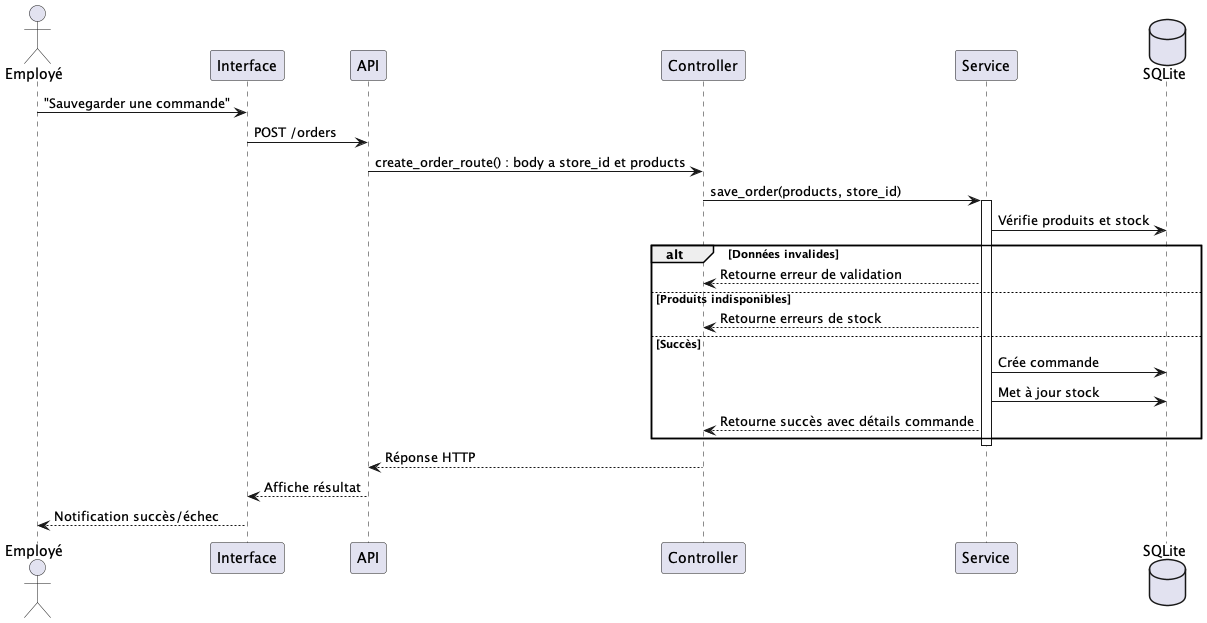
Earlier version of the PlantUML export out/documentation/UML/Processus/SequenceSaveOrder/Sauvegarder une commande.png (ErwanDerrien/GestionnaireMagasin). Source of this version:
```plantuml
@startuml Sauvegarder une commande

actor Employé as ge
participant Interface as in
participant API as api
participant Controller as co
participant Service as se
database SQLite as db

ge -> in : "Sauvegarder une commande"
in -> api : POST /orders
api -> co : create_order_route() : body a store_id et products
co -> se : save_order(products, store_id)

activate se
se -> db : Vérifie produits et stock
alt Données invalides
    se --> co : Retourne erreur de validation
else Produits indisponibles
    se --> co : Retourne erreurs de stock
else Succès
    se -> db : Crée commande
    se -> db : Met à jour stock
    se --> co : Retourne succès avec détails commande
end
deactivate se

co --> api : Réponse HTTP
api --> in : Affiche résultat
in --> ge : Notification succès/échec

@enduml
```
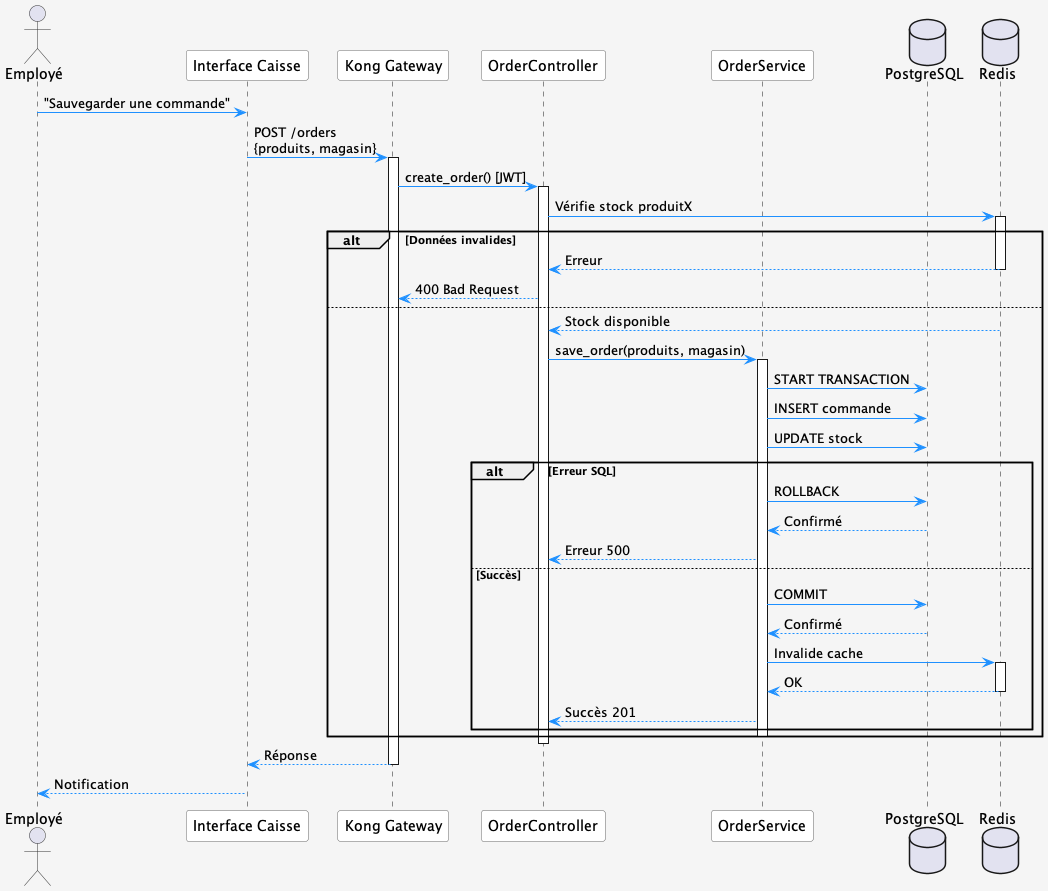
Above is the later version.

Diff of the diagram source:
```diff
@@ -1,32 +1,63 @@
 @startuml Sauvegarder une commande
 
-actor Employé as ge
-participant Interface as in
-participant API as api
-participant Controller as co
-participant Service as se
-database SQLite as db
+skinparam {
+    BackgroundColor #F5F5F5
+    ActorBorderColor #333
+    ParticipantBackgroundColor #FFFFFF
+    ParticipantBorderColor #666
+    ArrowColor #1E90FF
+    SequenceMessageAlign reverse
+}
+
+actor "Employé" as ge
+participant "Interface Caisse" as in
+participant "Kong Gateway" as api
+participant "OrderController" as co
+participant "OrderService" as se
+database "PostgreSQL" as db
+database "Redis" as cache
 
 ge -> in : "Sauvegarder une commande"
-in -> api : POST /orders
-api -> co : create_order_route() : body a store_id et products
-co -> se : save_order(products, store_id)
+in -> api : POST /orders\n{produits, magasin}
+activate api
+api -> co : create_order() [JWT]
+activate co
 
-activate se
-se -> db : Vérifie produits et stock
+co -> cache : Vérifie stock produitX
+activate cache
 alt Données invalides
-    se --> co : Retourne erreur de validation
-else Produits indisponibles
-    se --> co : Retourne erreurs de stock
-else Succès
-    se -> db : Crée commande
-    se -> db : Met à jour stock
-    se --> co : Retourne succès avec détails commande
+    cache --> co : Erreur
+    deactivate cache
+    co --> api : 400 Bad Request
+else
+    cache --> co : Stock disponible
+    deactivate cache
+    co -> se : save_order(produits, magasin)
+    activate se
+
+    se -> db : START TRANSACTION
+    se -> db : INSERT commande
+    se -> db : UPDATE stock
+    alt Erreur SQL
+        se -> db : ROLLBACK
+        db --> se : Confirmé
+        se --> co : Erreur 500
+    else Succès
+        se -> db : COMMIT
+        db --> se : Confirmé
+        se -> cache : Invalide cache
+        activate cache
+        cache --> se : OK
+        deactivate cache
+        se --> co : Succès 201
+    end
+    deactivate se
 end
-deactivate se
 
-co --> api : Réponse HTTP
-api --> in : Affiche résultat
-in --> ge : Notification succès/échec
+deactivate co
+api --> in : Réponse
+deactivate api
+in --> ge : Notification
+deactivate in
 
 @enduml
```
